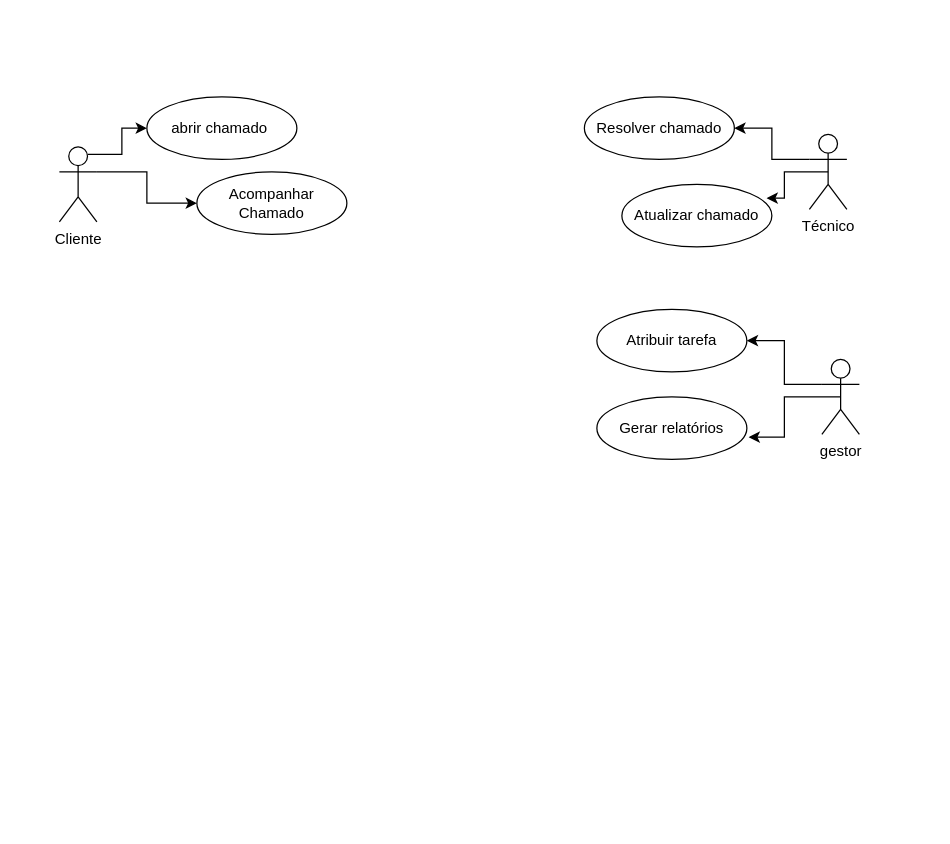
This is page "Página-7" (7 of 9) of Diagrama sem nome.drawio from helio0278/diagramasderequisitos, a draw.io file, before an edit. Source tidied: cells renumbered, new cells numbered last; positions are measured from the earlier drawing's top-left corner, leaving out a move shared by most shapes. Both pictures are drawn from the tidied source at 125%, with x=0, y=0 at pixel (59, 96).
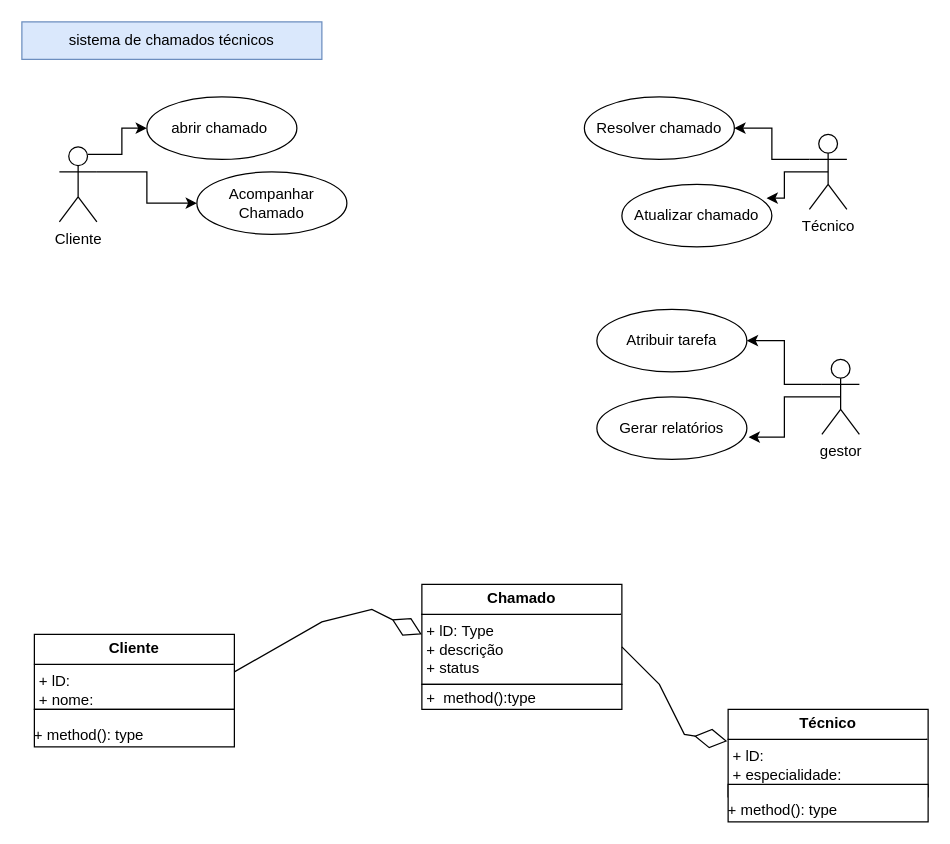
The same page after the edit.

The edit, as a diff of the source:
```diff
@@
+    <mxCell id="17" value="sistema de chamados técnicos" style="html=1;whiteSpace=wrap;fillColor=#dae8fc;strokeColor=#6c8ebf;" parent="1" vertex="1">
+      <mxGeometry x="-30" y="-60" width="240" height="30" as="geometry" />
+    </mxCell>
+    <mxCell id="18" value="&lt;p style=&quot;margin:0px;margin-top:4px;text-align:center;&quot;&gt;&lt;b&gt;Cliente&lt;/b&gt;&lt;/p&gt;&lt;hr size=&quot;1&quot; style=&quot;border-style:solid;&quot;&gt;&lt;p style=&quot;margin:0px;margin-left:4px;&quot;&gt;+ lD:&lt;/p&gt;&lt;p style=&quot;margin:0px;margin-left:4px;&quot;&gt;+ nome:&lt;/p&gt;" style="verticalAlign=top;align=left;overflow=fill;html=1;whiteSpace=wrap;" parent="1" vertex="1">
+      <mxGeometry x="-20" y="430" width="160" height="60" as="geometry" />
+    </mxCell>
+    <mxCell id="19" value="&lt;div&gt;&lt;br&gt;&lt;/div&gt;&lt;div&gt;+ method(): type&lt;/div&gt;" style="verticalAlign=top;align=left;overflow=fill;html=1;whiteSpace=wrap;" parent="1" vertex="1">
+      <mxGeometry x="-20" y="490" width="160" height="30" as="geometry" />
+    </mxCell>
+    <mxCell id="20" style="endArrow=diamondThin;endFill=0;endSize=24;html=1;rounded=0;exitX=1;exitY=0.5;exitDx=0;exitDy=0;entryX=0;entryY=0.5;entryDx=0;entryDy=0;" parent="1" edge="1" source="18" target="21">
+      <mxGeometry relative="1" as="geometry">
+        <Array as="points">
+          <mxPoint x="210" y="420" />
+          <mxPoint x="250" y="410" />
+        </Array>
+      </mxGeometry>
+    </mxCell>
+    <mxCell id="21" value="&lt;p style=&quot;margin:0px;margin-top:4px;text-align:center;&quot;&gt;&lt;b&gt;Chamado&lt;/b&gt;&lt;/p&gt;&lt;hr size=&quot;1&quot; style=&quot;border-style:solid;&quot;&gt;&lt;p style=&quot;margin:0px;margin-left:4px;&quot;&gt;+ lD: Type&lt;/p&gt;&lt;p style=&quot;margin:0px;margin-left:4px;&quot;&gt;+ descrição&lt;/p&gt;&lt;p style=&quot;margin:0px;margin-left:4px;&quot;&gt;+ status&lt;/p&gt;" style="verticalAlign=top;align=left;overflow=fill;html=1;whiteSpace=wrap;" parent="1" vertex="1">
+      <mxGeometry x="290" y="390" width="160" height="80" as="geometry" />
+    </mxCell>
+    <mxCell id="22" value="&lt;p style=&quot;margin:0px;margin-top:4px;text-align:center;&quot;&gt;&lt;/p&gt;&lt;p style=&quot;margin:0px;margin-left:4px;&quot;&gt;+&amp;nbsp; method():type&lt;/p&gt;&lt;p style=&quot;margin:0px;margin-left:4px;&quot;&gt;&lt;br&gt;&lt;/p&gt;" style="verticalAlign=top;align=left;overflow=fill;html=1;whiteSpace=wrap;" parent="1" vertex="1">
+      <mxGeometry x="290" y="470" width="160" height="20" as="geometry" />
+    </mxCell>
+    <mxCell id="23" value="&lt;p style=&quot;margin:0px;margin-top:4px;text-align:center;&quot;&gt;&lt;b&gt;Técnico&lt;/b&gt;&lt;/p&gt;&lt;hr size=&quot;1&quot; style=&quot;border-style:solid;&quot;&gt;&lt;p style=&quot;margin:0px;margin-left:4px;&quot;&gt;+ lD:&lt;/p&gt;&lt;p style=&quot;margin:0px;margin-left:4px;&quot;&gt;+ especialidade:&lt;/p&gt;&lt;p style=&quot;margin:0px;margin-left:4px;&quot;&gt;&lt;br&gt;&lt;/p&gt;" style="verticalAlign=top;align=left;overflow=fill;html=1;whiteSpace=wrap;" parent="1" vertex="1">
+      <mxGeometry x="535" y="490" width="160" height="70" as="geometry" />
+    </mxCell>
+    <mxCell id="24" style="endArrow=diamondThin;endFill=0;endSize=24;html=1;rounded=0;entryX=-0.004;entryY=0.364;entryDx=0;entryDy=0;entryPerimeter=0;" parent="1" edge="1" target="23">
+      <mxGeometry relative="1" as="geometry">
+        <mxPoint x="450" y="440" as="sourcePoint" />
+        <Array as="points">
+          <mxPoint x="480" y="470" />
+          <mxPoint x="500" y="510" />
+        </Array>
+      </mxGeometry>
+    </mxCell>
+    <mxCell id="25" value="&lt;div&gt;&lt;br&gt;&lt;/div&gt;&lt;div&gt;+ method(): type&lt;/div&gt;" style="verticalAlign=top;align=left;overflow=fill;html=1;whiteSpace=wrap;" parent="1" vertex="1">
+      <mxGeometry x="535" y="550" width="160" height="30" as="geometry" />
+    </mxCell>
```
